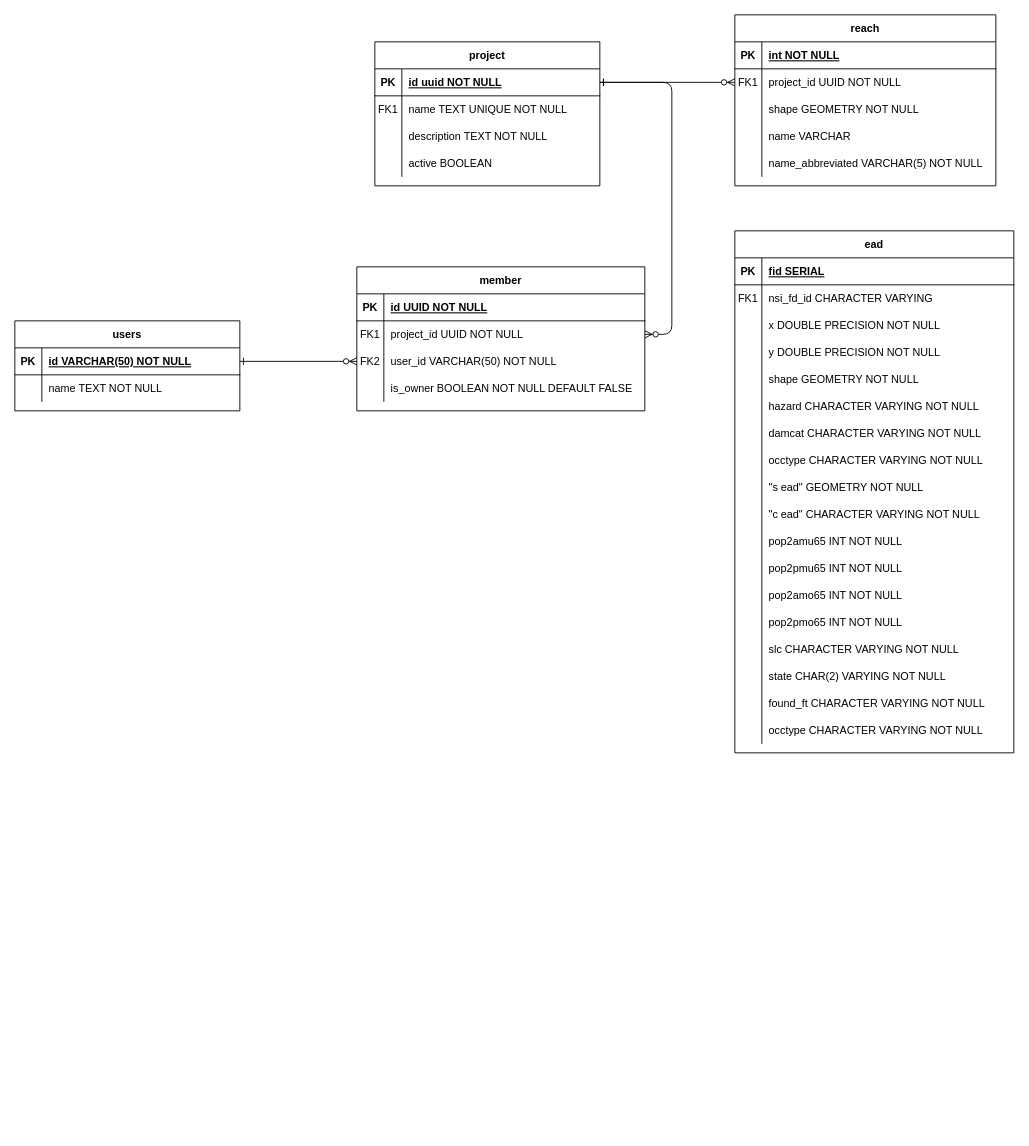
USACE/chart-docs keeps this draw.io diagram as Untitled Diagram.drawio. Above is the earlier version. Source tidied: cells renumbered, new cells numbered last; positions are measured from the earlier drawing's top-left corner, leaving out a move shared by most shapes. Both pictures are drawn from the tidied source at 90%, with x=0, y=0 at pixel (14, 14).
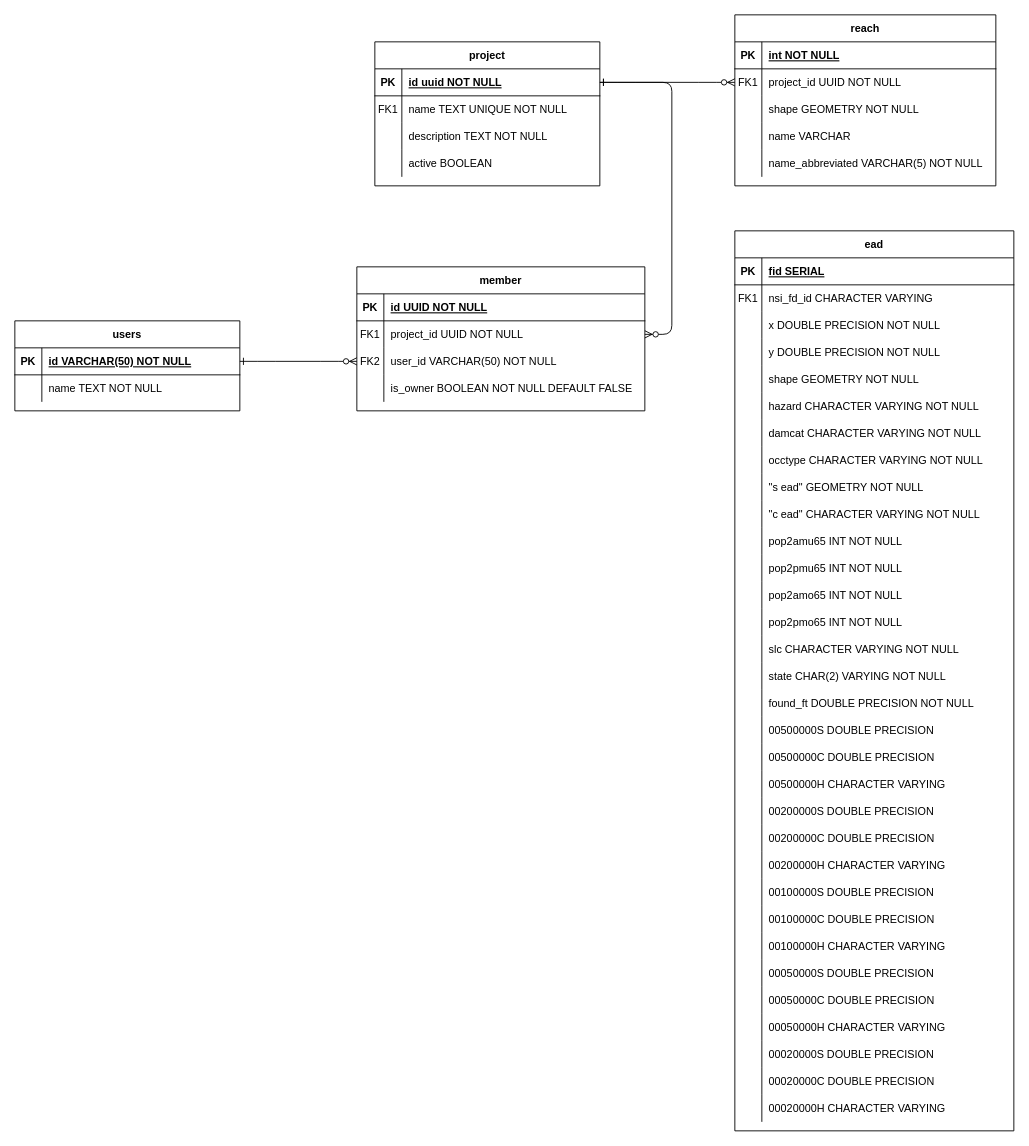
After the change.

Unchanged cells that the change refers to:
```xml
<mxCell id="101" style="shape=partialRectangle;fillColor=none;top=0;left=0;right=0;bottom=0;" parent="52" vertex="1">
  <mxGeometry y="510" width="310" height="30" as="geometry" />
</mxCell>
<mxCell id="104" style="shape=partialRectangle;fillColor=none;top=0;left=0;right=0;bottom=0;" parent="52" vertex="1">
  <mxGeometry y="540" width="310" height="30" as="geometry" />
</mxCell>
```

The edit, as a diff of the source:
```diff
@@
     <mxCell id="52" value="ead" style="shape=table;startSize=30;childLayout=tableLayout;rowLines=0;fontStyle=1;align=center;" parent="1" vertex="1">
-      <mxGeometry x="800" y="240" width="310" height="580" as="geometry" />
+      <mxGeometry x="800" y="240" width="310" height="1000" as="geometry" />
     </mxCell>
@@
-    <mxCell id="103" value="found_ft CHARACTER VARYING NOT NULL" style="shape=partialRectangle;overflow=hidden;fillColor=none;top=0;left=0;bottom=0;right=0;align=left;spacingLeft=6;" parent="101" vertex="1">
+    <mxCell id="103" value="found_ft DOUBLE PRECISION NOT NULL" style="shape=partialRectangle;overflow=hidden;fillColor=none;top=0;left=0;bottom=0;right=0;align=left;spacingLeft=6;" parent="101" vertex="1">
       <mxGeometry x="30" width="280" height="30" as="geometry" />
     </mxCell>
@@
-    <mxCell id="106" value="occtype CHARACTER VARYING NOT NULL" style="shape=partialRectangle;overflow=hidden;fillColor=none;top=0;left=0;bottom=0;right=0;align=left;spacingLeft=6;" parent="104" vertex="1">
+    <mxCell id="106" value="00500000S DOUBLE PRECISION" style="shape=partialRectangle;overflow=hidden;fillColor=none;top=0;left=0;bottom=0;right=0;align=left;spacingLeft=6;" parent="104" vertex="1">
       <mxGeometry x="30" width="280" height="30" as="geometry" />
     </mxCell>
+    <mxCell id="109" style="shape=partialRectangle;fillColor=none;top=0;left=0;right=0;bottom=0;" parent="52" vertex="1">
+      <mxGeometry y="570" width="310" height="30" as="geometry" />
+    </mxCell>
+    <mxCell id="110" style="shape=partialRectangle;overflow=hidden;fillColor=none;top=0;left=0;bottom=0;right=0;" parent="109" vertex="1">
+      <mxGeometry width="30" height="30" as="geometry" />
+    </mxCell>
+    <mxCell id="111" value="00500000C DOUBLE PRECISION" style="shape=partialRectangle;overflow=hidden;fillColor=none;top=0;left=0;bottom=0;right=0;align=left;spacingLeft=6;" parent="109" vertex="1">
+      <mxGeometry x="30" width="280" height="30" as="geometry" />
+    </mxCell>
+    <mxCell id="112" style="shape=partialRectangle;fillColor=none;top=0;left=0;right=0;bottom=0;" parent="52" vertex="1">
+      <mxGeometry y="600" width="310" height="30" as="geometry" />
+    </mxCell>
+    <mxCell id="113" style="shape=partialRectangle;overflow=hidden;fillColor=none;top=0;left=0;bottom=0;right=0;" parent="112" vertex="1">
+      <mxGeometry width="30" height="30" as="geometry" />
+    </mxCell>
+    <mxCell id="114" value="00500000H CHARACTER VARYING" style="shape=partialRectangle;overflow=hidden;fillColor=none;top=0;left=0;bottom=0;right=0;align=left;spacingLeft=6;" parent="112" vertex="1">
+      <mxGeometry x="30" width="280" height="30" as="geometry" />
+    </mxCell>
+    <mxCell id="115" style="shape=partialRectangle;fillColor=none;top=0;left=0;right=0;bottom=0;" parent="52" vertex="1">
+      <mxGeometry y="630" width="310" height="30" as="geometry" />
+    </mxCell>
+    <mxCell id="116" style="shape=partialRectangle;overflow=hidden;fillColor=none;top=0;left=0;bottom=0;right=0;" parent="115" vertex="1">
+      <mxGeometry width="30" height="30" as="geometry" />
+    </mxCell>
+    <mxCell id="117" value="00200000S DOUBLE PRECISION" style="shape=partialRectangle;overflow=hidden;fillColor=none;top=0;left=0;bottom=0;right=0;align=left;spacingLeft=6;" parent="115" vertex="1">
+      <mxGeometry x="30" width="280" height="30" as="geometry" />
+    </mxCell>
+    <mxCell id="118" style="shape=partialRectangle;fillColor=none;top=0;left=0;right=0;bottom=0;" parent="52" vertex="1">
+      <mxGeometry y="660" width="310" height="30" as="geometry" />
+    </mxCell>
+    <mxCell id="119" style="shape=partialRectangle;overflow=hidden;fillColor=none;top=0;left=0;bottom=0;right=0;" parent="118" vertex="1">
+      <mxGeometry width="30" height="30" as="geometry" />
+    </mxCell>
+    <mxCell id="120" value="00200000C DOUBLE PRECISION" style="shape=partialRectangle;overflow=hidden;fillColor=none;top=0;left=0;bottom=0;right=0;align=left;spacingLeft=6;" parent="118" vertex="1">
+      <mxGeometry x="30" width="280" height="30" as="geometry" />
+    </mxCell>
+    <mxCell id="121" style="shape=partialRectangle;fillColor=none;top=0;left=0;right=0;bottom=0;" parent="52" vertex="1">
+      <mxGeometry y="690" width="310" height="30" as="geometry" />
+    </mxCell>
+    <mxCell id="122" style="shape=partialRectangle;overflow=hidden;fillColor=none;top=0;left=0;bottom=0;right=0;" parent="121" vertex="1">
+      <mxGeometry width="30" height="30" as="geometry" />
+    </mxCell>
+    <mxCell id="123" value="00200000H CHARACTER VARYING" style="shape=partialRectangle;overflow=hidden;fillColor=none;top=0;left=0;bottom=0;right=0;align=left;spacingLeft=6;" parent="121" vertex="1">
+      <mxGeometry x="30" width="280" height="30" as="geometry" />
+    </mxCell>
+    <mxCell id="124" style="shape=partialRectangle;fillColor=none;top=0;left=0;right=0;bottom=0;" parent="52" vertex="1">
+      <mxGeometry y="720" width="310" height="30" as="geometry" />
+    </mxCell>
+    <mxCell id="125" style="shape=partialRectangle;overflow=hidden;fillColor=none;top=0;left=0;bottom=0;right=0;" parent="124" vertex="1">
+      <mxGeometry width="30" height="30" as="geometry" />
+    </mxCell>
+    <mxCell id="126" value="00100000S DOUBLE PRECISION" style="shape=partialRectangle;overflow=hidden;fillColor=none;top=0;left=0;bottom=0;right=0;align=left;spacingLeft=6;" parent="124" vertex="1">
+      <mxGeometry x="30" width="280" height="30" as="geometry" />
+    </mxCell>
+    <mxCell id="127" style="shape=partialRectangle;fillColor=none;top=0;left=0;right=0;bottom=0;" parent="52" vertex="1">
+      <mxGeometry y="750" width="310" height="30" as="geometry" />
+    </mxCell>
+    <mxCell id="128" style="shape=partialRectangle;overflow=hidden;fillColor=none;top=0;left=0;bottom=0;right=0;" parent="127" vertex="1">
+      <mxGeometry width="30" height="30" as="geometry" />
+    </mxCell>
+    <mxCell id="129" value="00100000C DOUBLE PRECISION" style="shape=partialRectangle;overflow=hidden;fillColor=none;top=0;left=0;bottom=0;right=0;align=left;spacingLeft=6;" parent="127" vertex="1">
+      <mxGeometry x="30" width="280" height="30" as="geometry" />
+    </mxCell>
+    <mxCell id="130" style="shape=partialRectangle;fillColor=none;top=0;left=0;right=0;bottom=0;" parent="52" vertex="1">
+      <mxGeometry y="780" width="310" height="30" as="geometry" />
+    </mxCell>
+    <mxCell id="131" style="shape=partialRectangle;overflow=hidden;fillColor=none;top=0;left=0;bottom=0;right=0;" parent="130" vertex="1">
+      <mxGeometry width="30" height="30" as="geometry" />
+    </mxCell>
+    <mxCell id="132" value="00100000H CHARACTER VARYING" style="shape=partialRectangle;overflow=hidden;fillColor=none;top=0;left=0;bottom=0;right=0;align=left;spacingLeft=6;" parent="130" vertex="1">
+      <mxGeometry x="30" width="280" height="30" as="geometry" />
+    </mxCell>
+    <mxCell id="133" style="shape=partialRectangle;fillColor=none;top=0;left=0;right=0;bottom=0;" parent="52" vertex="1">
+      <mxGeometry y="810" width="310" height="30" as="geometry" />
+    </mxCell>
+    <mxCell id="134" style="shape=partialRectangle;overflow=hidden;fillColor=none;top=0;left=0;bottom=0;right=0;" parent="133" vertex="1">
+      <mxGeometry width="30" height="30" as="geometry" />
+    </mxCell>
+    <mxCell id="135" value="00050000S DOUBLE PRECISION" style="shape=partialRectangle;overflow=hidden;fillColor=none;top=0;left=0;bottom=0;right=0;align=left;spacingLeft=6;" parent="133" vertex="1">
+      <mxGeometry x="30" width="280" height="30" as="geometry" />
+    </mxCell>
+    <mxCell id="136" style="shape=partialRectangle;fillColor=none;top=0;left=0;right=0;bottom=0;" parent="52" vertex="1">
+      <mxGeometry y="840" width="310" height="30" as="geometry" />
+    </mxCell>
+    <mxCell id="137" style="shape=partialRectangle;overflow=hidden;fillColor=none;top=0;left=0;bottom=0;right=0;" parent="136" vertex="1">
+      <mxGeometry width="30" height="30" as="geometry" />
+    </mxCell>
+    <mxCell id="138" value="00050000C DOUBLE PRECISION" style="shape=partialRectangle;overflow=hidden;fillColor=none;top=0;left=0;bottom=0;right=0;align=left;spacingLeft=6;" parent="136" vertex="1">
+      <mxGeometry x="30" width="280" height="30" as="geometry" />
+    </mxCell>
+    <mxCell id="139" style="shape=partialRectangle;fillColor=none;top=0;left=0;right=0;bottom=0;" parent="52" vertex="1">
+      <mxGeometry y="870" width="310" height="30" as="geometry" />
+    </mxCell>
+    <mxCell id="140" style="shape=partialRectangle;overflow=hidden;fillColor=none;top=0;left=0;bottom=0;right=0;" parent="139" vertex="1">
+      <mxGeometry width="30" height="30" as="geometry" />
+    </mxCell>
+    <mxCell id="141" value="00050000H CHARACTER VARYING" style="shape=partialRectangle;overflow=hidden;fillColor=none;top=0;left=0;bottom=0;right=0;align=left;spacingLeft=6;" parent="139" vertex="1">
+      <mxGeometry x="30" width="280" height="30" as="geometry" />
+    </mxCell>
+    <mxCell id="142" style="shape=partialRectangle;fillColor=none;top=0;left=0;right=0;bottom=0;" parent="52" vertex="1">
+      <mxGeometry y="900" width="310" height="30" as="geometry" />
+    </mxCell>
+    <mxCell id="143" style="shape=partialRectangle;overflow=hidden;fillColor=none;top=0;left=0;bottom=0;right=0;" parent="142" vertex="1">
+      <mxGeometry width="30" height="30" as="geometry" />
+    </mxCell>
+    <mxCell id="144" value="00020000S DOUBLE PRECISION" style="shape=partialRectangle;overflow=hidden;fillColor=none;top=0;left=0;bottom=0;right=0;align=left;spacingLeft=6;" parent="142" vertex="1">
+      <mxGeometry x="30" width="280" height="30" as="geometry" />
+    </mxCell>
+    <mxCell id="145" style="shape=partialRectangle;fillColor=none;top=0;left=0;right=0;bottom=0;" parent="52" vertex="1">
+      <mxGeometry y="930" width="310" height="30" as="geometry" />
+    </mxCell>
+    <mxCell id="146" style="shape=partialRectangle;overflow=hidden;fillColor=none;top=0;left=0;bottom=0;right=0;" parent="145" vertex="1">
+      <mxGeometry width="30" height="30" as="geometry" />
+    </mxCell>
+    <mxCell id="147" value="00020000C DOUBLE PRECISION" style="shape=partialRectangle;overflow=hidden;fillColor=none;top=0;left=0;bottom=0;right=0;align=left;spacingLeft=6;" parent="145" vertex="1">
+      <mxGeometry x="30" width="280" height="30" as="geometry" />
+    </mxCell>
+    <mxCell id="148" style="shape=partialRectangle;fillColor=none;top=0;left=0;right=0;bottom=0;" parent="52" vertex="1">
+      <mxGeometry y="960" width="310" height="30" as="geometry" />
+    </mxCell>
+    <mxCell id="149" style="shape=partialRectangle;overflow=hidden;fillColor=none;top=0;left=0;bottom=0;right=0;" parent="148" vertex="1">
+      <mxGeometry width="30" height="30" as="geometry" />
+    </mxCell>
+    <mxCell id="150" value="00020000H CHARACTER VARYING" style="shape=partialRectangle;overflow=hidden;fillColor=none;top=0;left=0;bottom=0;right=0;align=left;spacingLeft=6;" parent="148" vertex="1">
+      <mxGeometry x="30" width="280" height="30" as="geometry" />
+    </mxCell>
```
